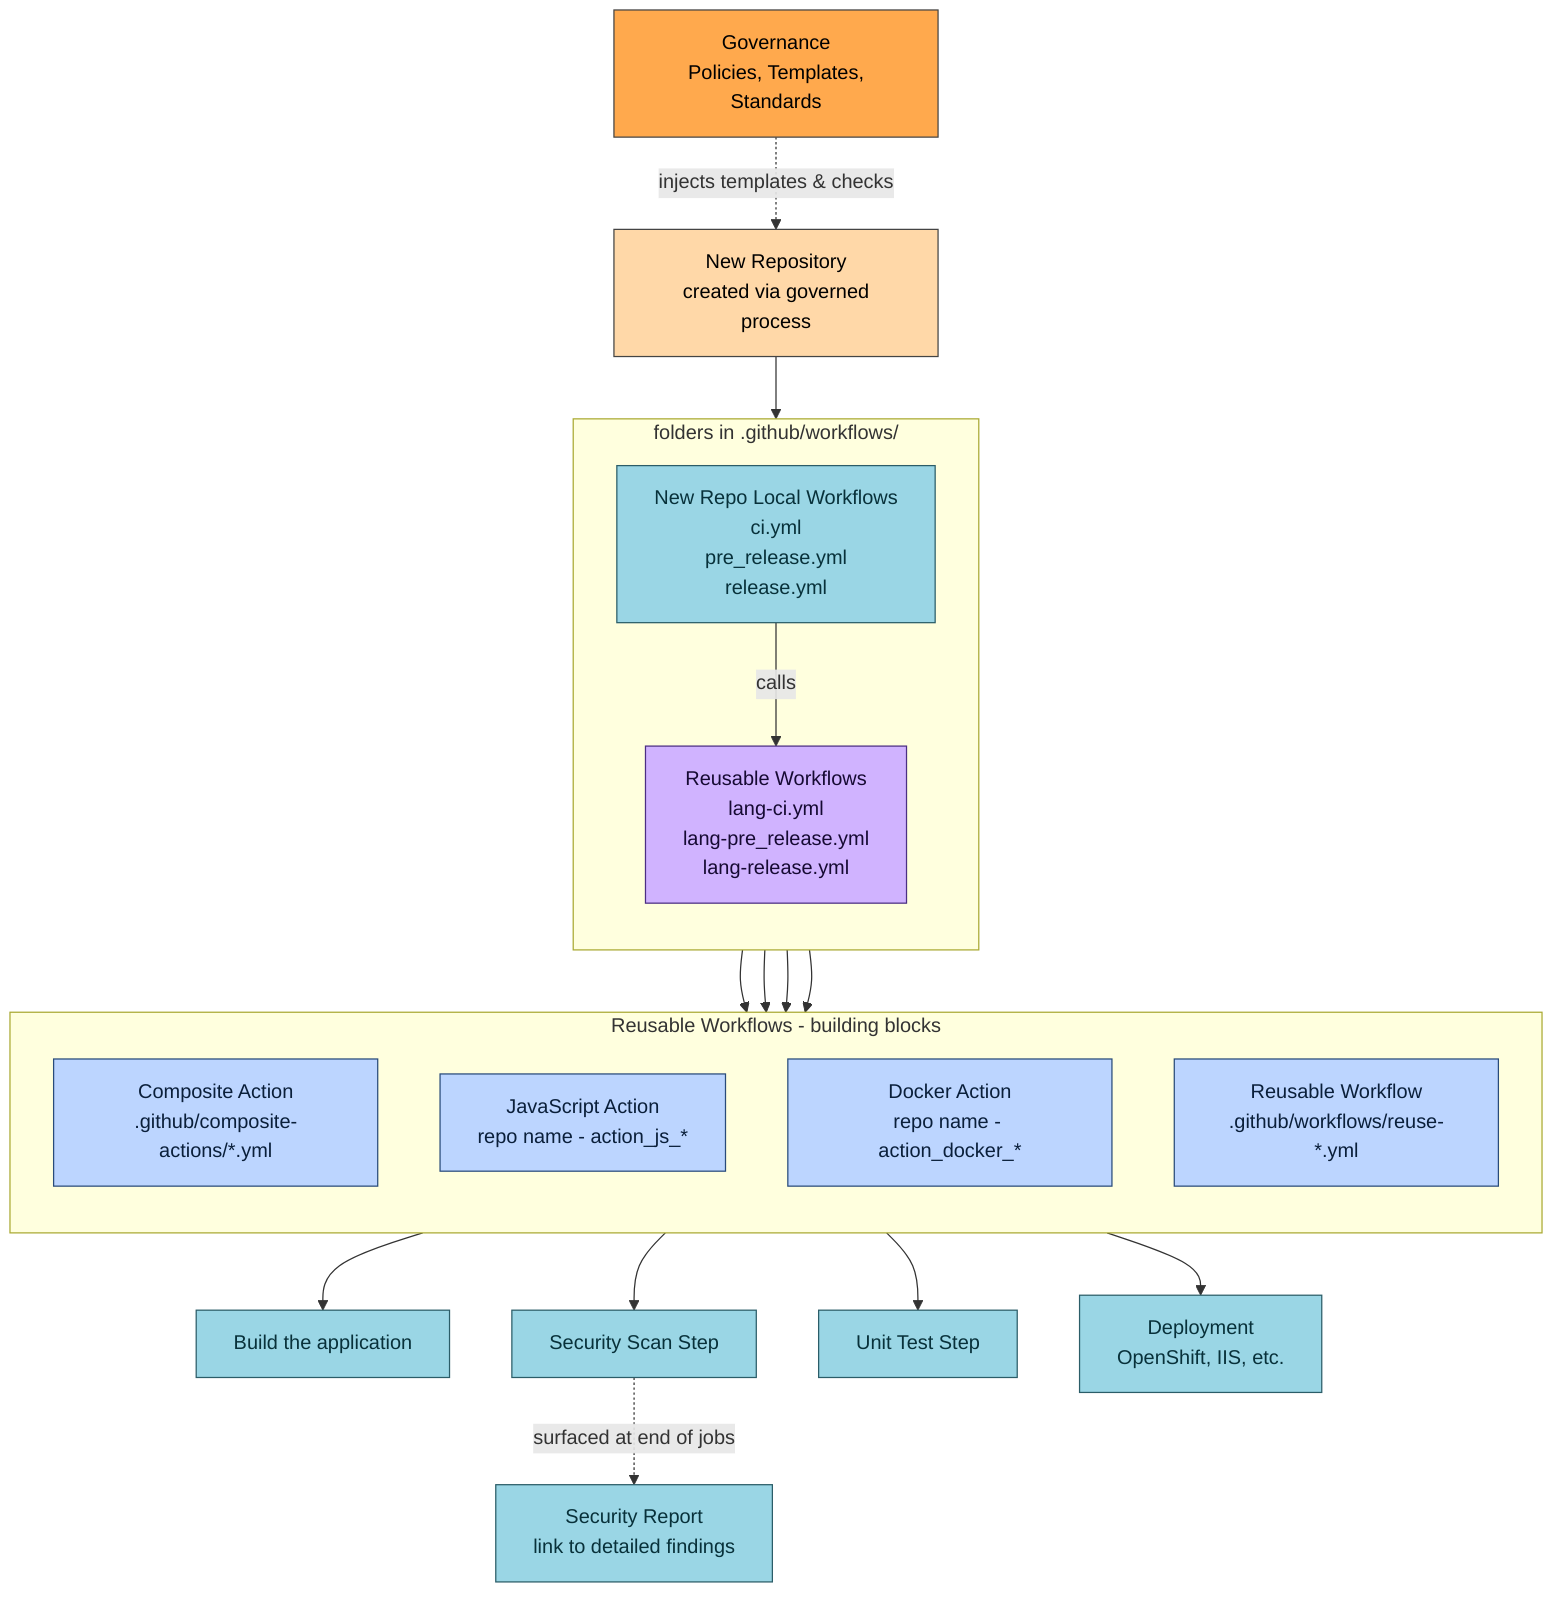
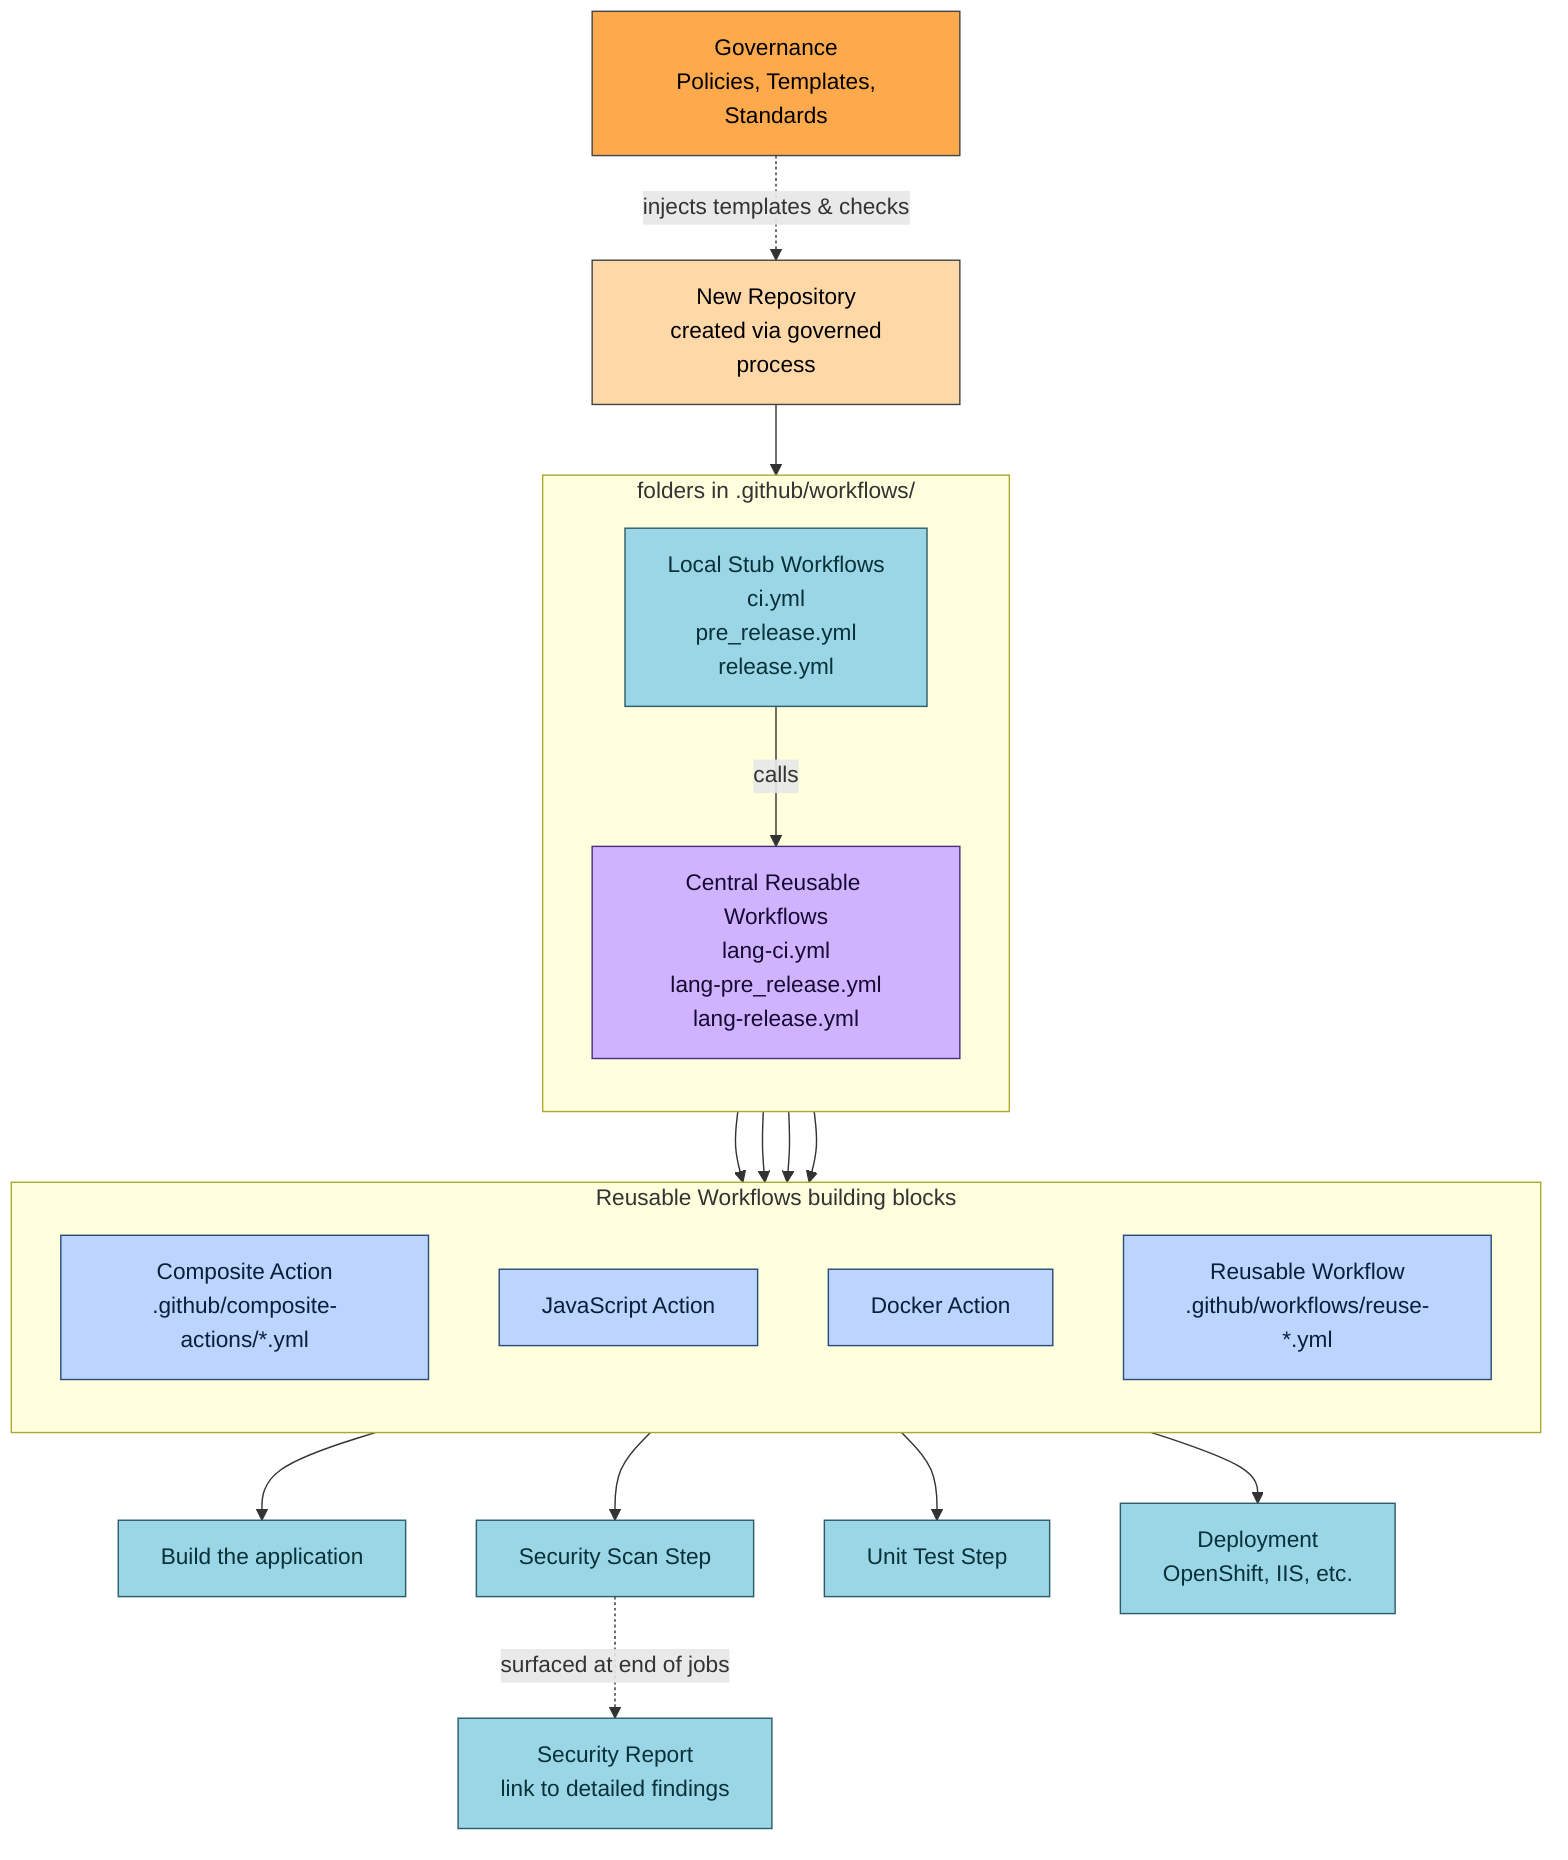
%% availability_cicd.

flowchart TD
  %% Top-level flow
  GOV[Governance<br/> Policies, Templates, Standards] -. injects templates & checks .-> REPO[New Repository<br/> created via governed process]
-   REPO --> LWF["New Repo Local Workflows<br/>ci.yml<br/>pre_release.yml<br/>release.yml"]
+   REPO --> LWF["Local Stub Workflows<br/>ci.yml<br/>pre_release.yml<br/>release.yml"]

  subgraph github_wkflow["folders in .github/workflows/"]
    direction TB
-     LWF -->|calls| RW["Reusable Workflows<br/>lang-ci.yml<br/>lang-pre_release.yml<br/>lang-release.yml"]
+     LWF -->|calls| RW["Central Reusable Workflows<br/>lang-ci.yml<br/>lang-pre_release.yml<br/>lang-release.yml"]
  end

  %% Reusable workflow internals
-   subgraph Reusable_Workflows_Internals["Reusable Workflows - building blocks"]
+   subgraph Reusable_Workflows_Internals["Reusable Workflows building blocks"]
    direction TB
    CA[Composite Action<br/>.github/composite-actions/*.yml]:::action
-     JA[JavaScript Action<br/>repo name - action_js_*]:::action
-     DA[Docker Action<br/>repo name - action_docker_*]:::action
+     JA[JavaScript Action]:::action
+     DA[Docker Action]:::action
    RW1[Reusable Workflow<br/>.github/workflows/reuse-*.yml]:::action
  end

  RW --> CA
  RW --> JA
  RW --> DA
  RW --> RW1


%% Pipeline steps (triggered by reusable workflows)
Reusable_Workflows_Internals --> BUILD[Build the application]
Reusable_Workflows_Internals --> SEC_TEST[Security Scan Step]
Reusable_Workflows_Internals --> UNIT_TEST[Unit Test Step]
Reusable_Workflows_Internals --> DEPLOY[Deployment<br/> OpenShift, IIS, etc.]

SEC_TEST -. surfaced at end of jobs .-> SEC_REPORT[Security Report<br/> link to detailed findings]


%% Styling
classDef gov fill:#ffa94d,stroke:#444,stroke-width:1px,color:#000;
classDef repo fill:#ffd8a8,stroke:#444,stroke-width:1px,color:#000;
classDef local fill:#9ad6e5,stroke:#2b5d68,stroke-width:1px,color:#08313a;
classDef reus fill:#d0b3ff,stroke:#4b2e83,stroke-width:1px,color:#160a33;
classDef action fill:#bcd5ff,stroke:#294b7a,stroke-width:1px,color:#0a1f3a;
classDef sec fill:#9ad6e5,stroke:#2b5d68,stroke-width:1px,color:#08313a;
classDef deploy fill:#9ad6e5,stroke:#2b5d68,stroke-width:1px,color:#08313a;
classDef build fill:#9ad6e5,stroke:#2b5d68,stroke-width:1px,color:#08313a;
classDef unit_test fill:#9ad6e5,stroke:#2b5d68,stroke-width:1px,color:#08313a;

class GOV gov
class REPO repo
class LWF local
class RW reus
class RW1 action
class SEC_TEST,SEC_REPORT sec
class DEPLOY deploy
class BUILD build
class UNIT_TEST unit_test